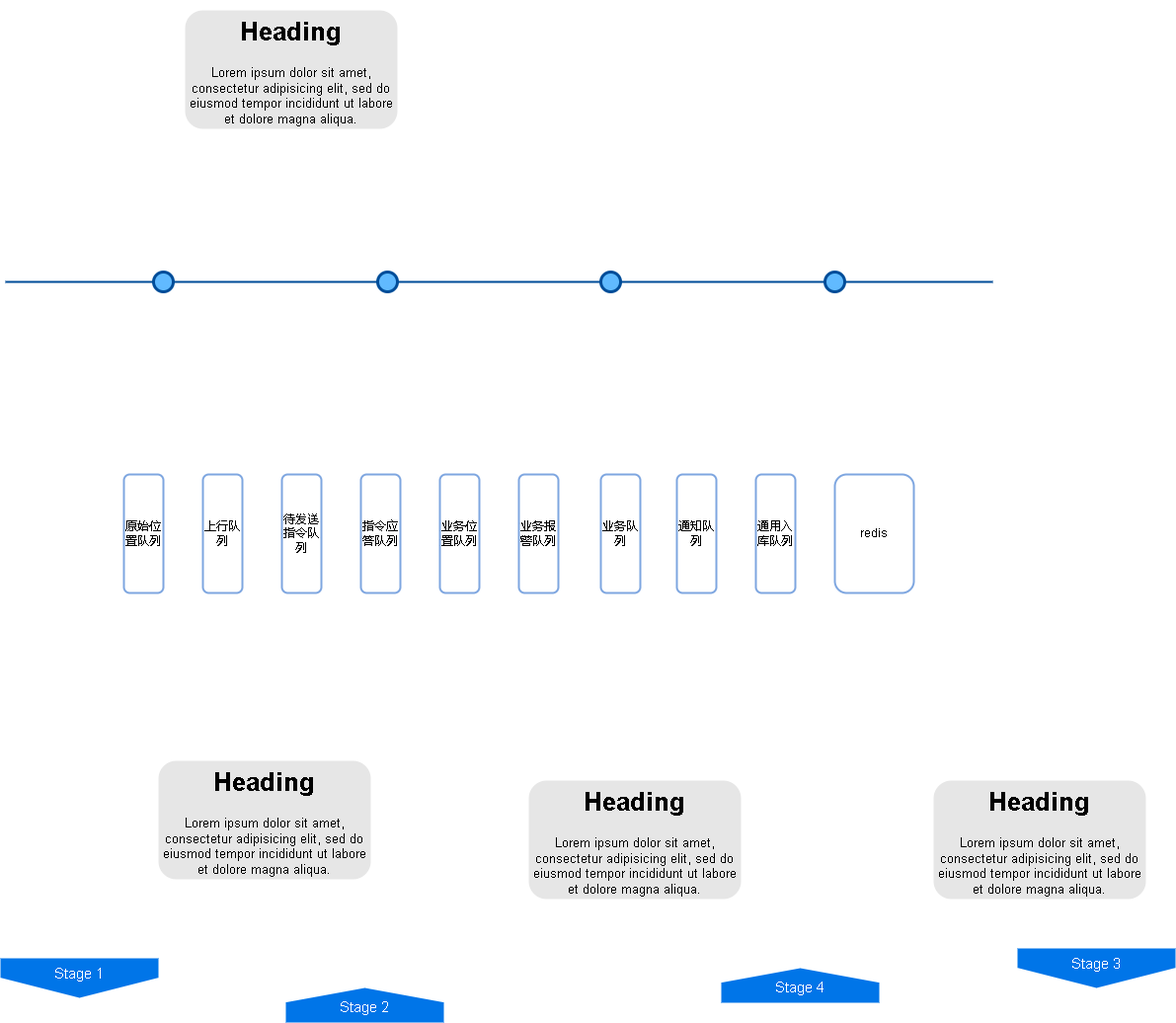
Earlier version of the draw.io export CgoPro业务总线.drawio.png (xktder/draw). Source tidied: cells renumbered, new cells last; positions are measured from the earlier drawing's top-left corner, leaving out a move shared by most shapes.
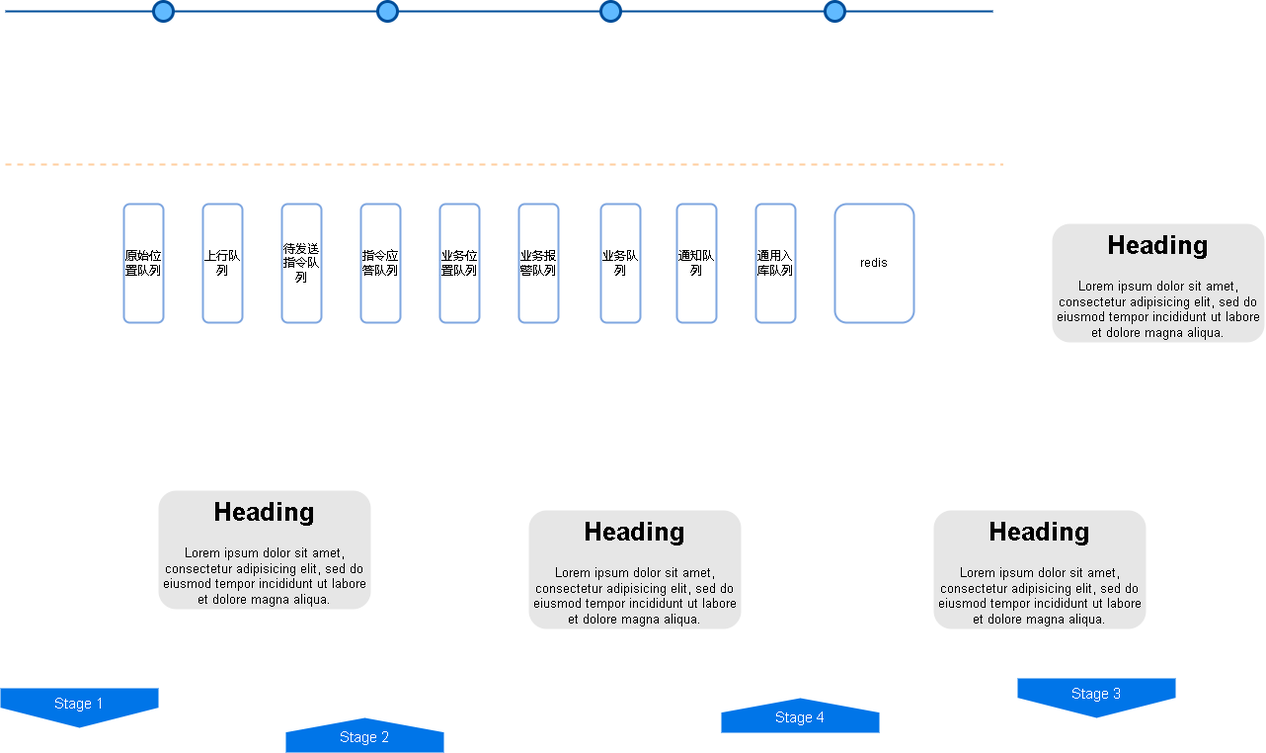
After the commit.

Commit message:
更新CgoPro业务总线.drawio.png

The edit, as a diff of the source:
```diff
@@ -33,7 +33,7 @@
       <mxGeometry x="160" y="760" width="215" height="120" as="geometry" />
     </mxCell>
     <mxCell id="12" value="&lt;h1&gt;Heading&lt;/h1&gt;&lt;p&gt;Lorem ipsum dolor sit amet, consectetur adipisicing elit, sed do eiusmod tempor incididunt ut labore et dolore magna aliqua.&lt;/p&gt;" style="text;html=1;spacing=5;spacingTop=-20;whiteSpace=wrap;overflow=hidden;strokeColor=none;strokeWidth=3;fillColor=#E6E6E6;fontSize=13;fontColor=#000000;align=center;rounded=1;" parent="1" vertex="1">
-      <mxGeometry x="187" width="215" height="120" as="geometry" />
+      <mxGeometry x="1065" y="490" width="215" height="120" as="geometry" />
     </mxCell>
     <mxCell id="13" value="&lt;h1&gt;Heading&lt;/h1&gt;&lt;p&gt;Lorem ipsum dolor sit amet, consectetur adipisicing elit, sed do eiusmod tempor incididunt ut labore et dolore magna aliqua.&lt;/p&gt;" style="text;html=1;spacing=5;spacingTop=-20;whiteSpace=wrap;overflow=hidden;strokeColor=none;strokeWidth=3;fillColor=#E6E6E6;fontSize=13;fontColor=#000000;align=center;rounded=1;" parent="1" vertex="1">
       <mxGeometry x="945" y="780" width="215" height="120" as="geometry" />
@@ -71,5 +71,11 @@
     <mxCell id="24" value="通用入库队列" style="rounded=1;whiteSpace=wrap;html=1;strokeWidth=2;strokeColor=#7EA6E0;" parent="1" vertex="1">
       <mxGeometry x="765" y="470" width="40" height="120" as="geometry" />
     </mxCell>
+    <mxCell id="25" style="endArrow=none;dashed=1;html=1;rounded=0;strokeWidth=2;strokeColor=#FFCE9F;" parent="1" edge="1">
+      <mxGeometry relative="1" as="geometry">
+        <mxPoint x="5" y="430" as="sourcePoint" />
+        <mxPoint x="1015" y="430" as="targetPoint" />
+      </mxGeometry>
+    </mxCell>
   </root>
 </mxGraphModel>
```
